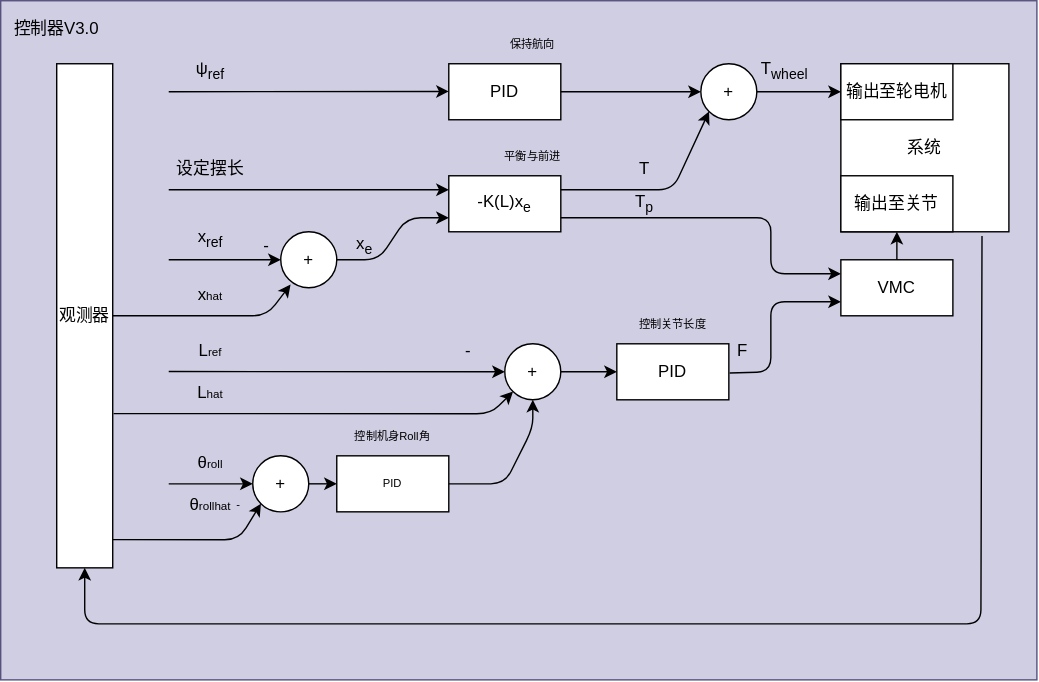
This is DOC/控制器设计V3.svg from Q1anWan/WheelBotLite, a draw.io export, as it was before one commit. Source tidied: cells renumbered, new cells last; positions are measured from the earlier drawing's top-left corner, leaving out a move shared by most shapes.
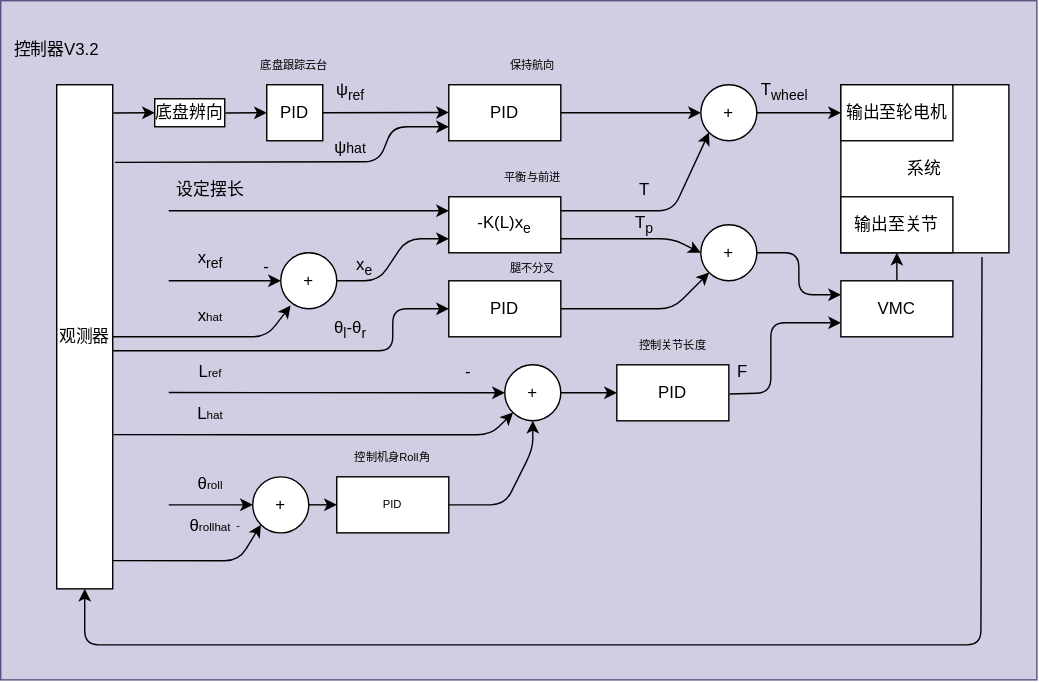
The same diagram one commit later.

Change to the diagram source:
```diff
@@ -3,7 +3,7 @@
     <mxCell id="0" />
     <mxCell id="1" parent="0" />
     <mxCell id="2" style="rounded=0;whiteSpace=wrap;html=1;fillColor=#d0cee2;strokeColor=#56517e;" parent="1" vertex="1">
-      <mxGeometry width="740" height="485" as="geometry" />
+      <mxGeometry y="-15" width="740" height="485" as="geometry" />
     </mxCell>
     <mxCell id="3" value="系统" style="rounded=0;whiteSpace=wrap;html=1;" parent="1" vertex="1">
       <mxGeometry x="600" y="45" width="120" height="120" as="geometry" />
@@ -11,9 +11,8 @@
     <mxCell id="4" value="PID" style="rounded=0;whiteSpace=wrap;html=1;" parent="1" vertex="1">
       <mxGeometry x="320" y="45" width="80" height="40" as="geometry" />
     </mxCell>
-    <mxCell id="5" style="endArrow=classic;html=1;" parent="1" edge="1">
+    <mxCell id="5" style="endArrow=classic;html=1;exitX=1;exitY=0.5;exitDx=0;exitDy=0;" parent="1" edge="1" source="56">
       <mxGeometry relative="1" as="geometry">
-        <mxPoint x="120" y="65" as="sourcePoint" />
         <mxPoint x="320" y="64.8" as="targetPoint" />
       </mxGeometry>
     </mxCell>
@@ -153,7 +152,7 @@
       </mxGeometry>
     </mxCell>
     <mxCell id="39" value="ψ&lt;sub&gt;ref&lt;/sub&gt;" style="text;html=1;strokeColor=none;fillColor=none;align=center;verticalAlign=middle;whiteSpace=wrap;rounded=0;" parent="1" vertex="1">
-      <mxGeometry x="120" y="35" width="60" height="30" as="geometry" />
+      <mxGeometry x="220" y="35" width="60" height="30" as="geometry" />
     </mxCell>
     <mxCell id="40" value="L&lt;span style=&quot;font-size: 8.33333px;&quot;&gt;hat&lt;/span&gt;" style="text;html=1;strokeColor=none;fillColor=none;align=center;verticalAlign=middle;whiteSpace=wrap;rounded=0;" parent="1" vertex="1">
       <mxGeometry x="120" y="265" width="60" height="30" as="geometry" />
@@ -170,14 +169,6 @@
     <mxCell id="44" value="输出至关节" style="rounded=0;whiteSpace=wrap;html=1;" parent="1" vertex="1">
       <mxGeometry x="600" y="125" width="80" height="40" as="geometry" />
     </mxCell>
-    <mxCell id="45" style="endArrow=classic;html=1;exitX=1;exitY=0.75;exitDx=0;exitDy=0;entryX=0;entryY=0.25;entryDx=0;entryDy=0;" parent="1" edge="1" source="6" target="47">
-      <mxGeometry relative="1" as="geometry">
-        <Array as="points">
-          <mxPoint x="550" y="155" />
-          <mxPoint x="550" y="195" />
-        </Array>
-      </mxGeometry>
-    </mxCell>
     <mxCell id="46" style="endArrow=classic;html=1;entryX=0;entryY=0.75;entryDx=0;entryDy=0;exitX=0.343;exitY=1.027;exitDx=0;exitDy=0;exitPerimeter=0;" parent="1" edge="1" source="49" target="47">
       <mxGeometry relative="1" as="geometry">
         <Array as="points">
@@ -222,8 +213,83 @@
         </Array>
       </mxGeometry>
     </mxCell>
-    <mxCell id="55" value="控制器V3.0" style="text;html=1;strokeColor=none;fillColor=none;align=center;verticalAlign=middle;whiteSpace=wrap;rounded=0;" parent="1" vertex="1">
+    <mxCell id="55" value="控制器V3.2" style="text;html=1;strokeColor=none;fillColor=none;align=center;verticalAlign=middle;whiteSpace=wrap;rounded=0;" parent="1" vertex="1">
       <mxGeometry y="5" width="80" height="30" as="geometry" />
     </mxCell>
+    <mxCell id="56" value="PID" style="rounded=0;whiteSpace=wrap;html=1;" parent="1" vertex="1">
+      <mxGeometry x="190" y="45" width="40" height="40" as="geometry" />
+    </mxCell>
+    <mxCell id="57" value="ψ&lt;span style=&quot;font-size: 10px;&quot;&gt;hat&lt;/span&gt;" style="text;html=1;strokeColor=none;fillColor=none;align=center;verticalAlign=middle;whiteSpace=wrap;rounded=0;" parent="1" vertex="1">
+      <mxGeometry x="220" y="75" width="60" height="30" as="geometry" />
+    </mxCell>
+    <mxCell id="58" style="endArrow=classic;html=1;exitX=1.04;exitY=0.154;exitDx=0;exitDy=0;exitPerimeter=0;entryX=0;entryY=0.75;entryDx=0;entryDy=0;" parent="1" edge="1" source="53" target="4">
+      <mxGeometry relative="1" as="geometry">
+        <Array as="points">
+          <mxPoint x="270" y="100" />
+          <mxPoint x="280" y="75" />
+        </Array>
+      </mxGeometry>
+    </mxCell>
+    <mxCell id="59" value="底盘辨向" style="rounded=0;whiteSpace=wrap;html=1;" parent="1" vertex="1">
+      <mxGeometry x="110" y="55" width="50" height="20" as="geometry" />
+    </mxCell>
+    <mxCell id="60" value="&lt;span style=&quot;font-size: 8px;&quot;&gt;底盘跟踪云台&lt;/span&gt;" style="text;html=1;strokeColor=none;fillColor=none;align=center;verticalAlign=middle;whiteSpace=wrap;rounded=0;" parent="1" vertex="1">
+      <mxGeometry x="180" y="15" width="60" height="30" as="geometry" />
+    </mxCell>
+    <mxCell id="61" style="endArrow=classic;html=1;entryX=0;entryY=0.5;entryDx=0;entryDy=0;exitX=1.013;exitY=0.056;exitDx=0;exitDy=0;exitPerimeter=0;" parent="1" edge="1" source="53" target="59">
+      <mxGeometry relative="1" as="geometry" />
+    </mxCell>
+    <mxCell id="62" style="endArrow=classic;html=1;entryX=0;entryY=0.5;entryDx=0;entryDy=0;exitX=1.013;exitY=0.056;exitDx=0;exitDy=0;exitPerimeter=0;" parent="1" edge="1">
+      <mxGeometry relative="1" as="geometry">
+        <mxPoint x="160.5" y="65.2" as="sourcePoint" />
+        <mxPoint x="190" y="65" as="targetPoint" />
+      </mxGeometry>
+    </mxCell>
+    <mxCell id="63" style="endArrow=classic;html=1;entryX=0;entryY=0.5;entryDx=0;entryDy=0;" parent="1" edge="1" target="64">
+      <mxGeometry relative="1" as="geometry">
+        <mxPoint x="80" y="235" as="sourcePoint" />
+        <Array as="points">
+          <mxPoint x="280" y="235" />
+          <mxPoint x="280" y="205" />
+        </Array>
+      </mxGeometry>
+    </mxCell>
+    <mxCell id="64" value="PID" style="rounded=0;whiteSpace=wrap;html=1;" parent="1" vertex="1">
+      <mxGeometry x="320" y="185" width="80" height="40" as="geometry" />
+    </mxCell>
+    <mxCell id="65" value="θ&lt;sub&gt;l&lt;/sub&gt;-θ&lt;sub&gt;r&lt;/sub&gt;" style="text;html=1;strokeColor=none;fillColor=none;align=center;verticalAlign=middle;whiteSpace=wrap;rounded=0;" parent="1" vertex="1">
+      <mxGeometry x="220" y="205" width="60" height="30" as="geometry" />
+    </mxCell>
+    <mxCell id="66" value="&lt;span style=&quot;font-size: 8px;&quot;&gt;腿不分叉&lt;/span&gt;" style="text;html=1;strokeColor=none;fillColor=none;align=center;verticalAlign=middle;whiteSpace=wrap;rounded=0;" parent="1" vertex="1">
+      <mxGeometry x="350" y="160" width="60" height="30" as="geometry" />
+    </mxCell>
+    <mxCell id="67" value="+" style="ellipse;whiteSpace=wrap;html=1;" parent="1" vertex="1">
+      <mxGeometry x="500" y="145" width="40" height="40" as="geometry" />
+    </mxCell>
+    <mxCell id="68" style="endArrow=classic;html=1;entryX=0;entryY=0.5;entryDx=0;entryDy=0;" parent="1" edge="1" target="67">
+      <mxGeometry relative="1" as="geometry">
+        <mxPoint x="400" y="155" as="sourcePoint" />
+        <Array as="points">
+          <mxPoint x="480" y="155" />
+        </Array>
+      </mxGeometry>
+    </mxCell>
+    <mxCell id="69" style="endArrow=classic;html=1;entryX=0;entryY=1;entryDx=0;entryDy=0;" parent="1" edge="1" target="67">
+      <mxGeometry relative="1" as="geometry">
+        <mxPoint x="400" y="205" as="sourcePoint" />
+        <Array as="points">
+          <mxPoint x="480" y="205" />
+        </Array>
+      </mxGeometry>
+    </mxCell>
+    <mxCell id="70" style="endArrow=classic;html=1;entryX=0;entryY=0.25;entryDx=0;entryDy=0;" parent="1" edge="1" target="47">
+      <mxGeometry relative="1" as="geometry">
+        <mxPoint x="540" y="165" as="sourcePoint" />
+        <Array as="points">
+          <mxPoint x="570" y="165" />
+          <mxPoint x="570" y="195" />
+        </Array>
+      </mxGeometry>
+    </mxCell>
   </root>
 </mxGraphModel>
```
